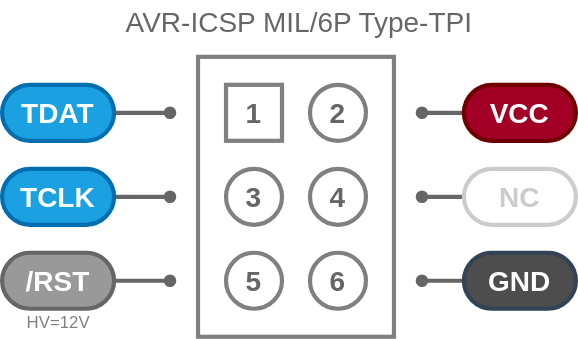
This is svg/AVR-ICSP-M6P-TPI.drawio.svg from askn37/askn37.github.io, a draw.io export, as it was before one commit. Source tidied: cells renumbered, new cells last; positions are measured from the earlier drawing's top-left corner, leaving out a move shared by most shapes. Its diagram source:
```xml
<mxGraphModel>
  <root>
    <mxCell id="0" />
    <mxCell id="1" parent="0" />
    <mxCell id="2" style="rounded=0;whiteSpace=wrap;html=1;labelBackgroundColor=#663300;fontSize=20;fontColor=#FFFFFF;strokeColor=#808080;strokeWidth=3;fillColor=none;" parent="1" vertex="1">
      <mxGeometry x="140" y="40" width="140" height="200" as="geometry" />
    </mxCell>
    <mxCell id="3" value="2" style="ellipse;whiteSpace=wrap;html=1;strokeWidth=3;strokeColor=#808080;fontSize=20;fontStyle=1;rounded=1;fontColor=#666666;fillColor=none;" parent="1" vertex="1">
      <mxGeometry x="220" y="60" width="40" height="40" as="geometry" />
    </mxCell>
    <mxCell id="4" value="1" style="whiteSpace=wrap;html=1;strokeWidth=3;strokeColor=#808080;fontStyle=1;fontSize=20;rounded=0;fontColor=#666666;fillColor=none;" parent="1" vertex="1">
      <mxGeometry x="160" y="60" width="40" height="40" as="geometry" />
    </mxCell>
    <mxCell id="5" value="3" style="ellipse;whiteSpace=wrap;html=1;strokeColor=#808080;strokeWidth=3;fontSize=20;fontStyle=1;rounded=1;fontColor=#666666;fillColor=none;" parent="1" vertex="1">
      <mxGeometry x="160" y="120" width="40" height="40" as="geometry" />
    </mxCell>
    <mxCell id="6" value="4" style="ellipse;whiteSpace=wrap;html=1;strokeColor=#808080;strokeWidth=3;fontStyle=1;fontSize=20;rounded=1;fontColor=#666666;fillColor=none;" parent="1" vertex="1">
      <mxGeometry x="220" y="120" width="40" height="40" as="geometry" />
    </mxCell>
    <mxCell id="7" value="5" style="ellipse;whiteSpace=wrap;html=1;strokeWidth=3;strokeColor=#808080;fontStyle=1;fontSize=20;rounded=1;fontColor=#666666;fillColor=none;" parent="1" vertex="1">
      <mxGeometry x="160" y="180" width="40" height="40" as="geometry" />
    </mxCell>
    <mxCell id="8" value="6" style="ellipse;whiteSpace=wrap;html=1;strokeColor=#808080;strokeWidth=3;fontStyle=1;fontSize=20;rounded=1;fontColor=#666666;fillColor=none;" parent="1" vertex="1">
      <mxGeometry x="220" y="180" width="40" height="40" as="geometry" />
    </mxCell>
    <mxCell id="9" style="edgeStyle=none;html=1;fontSize=20;fontColor=#FFFFFF;startArrow=none;startFill=0;endArrow=oval;endFill=1;strokeColor=#666666;strokeWidth=3;" parent="1" edge="1" source="10">
      <mxGeometry relative="1" as="geometry">
        <mxPoint x="300" y="80" as="targetPoint" />
      </mxGeometry>
    </mxCell>
    <mxCell id="10" value="VCC" style="rounded=1;whiteSpace=wrap;html=1;fontSize=20;strokeWidth=3;fontStyle=1;fillColor=#a20025;strokeColor=#6F0000;fontColor=#ffffff;arcSize=50;" parent="1" vertex="1">
      <mxGeometry x="330" y="60" width="80" height="40" as="geometry" />
    </mxCell>
    <mxCell id="11" style="edgeStyle=none;html=1;fontSize=20;fontColor=#FFFFFF;startArrow=none;startFill=0;endArrow=oval;endFill=1;strokeColor=#666666;strokeWidth=3;" parent="1" edge="1" source="12">
      <mxGeometry relative="1" as="geometry">
        <mxPoint x="300" y="140" as="targetPoint" />
      </mxGeometry>
    </mxCell>
    <mxCell id="12" value="NC" style="rounded=1;whiteSpace=wrap;html=1;fontSize=20;strokeWidth=3;fontStyle=1;arcSize=50;strokeColor=#CCCCCC;fontColor=#CCCCCC;fillColor=none;" parent="1" vertex="1">
      <mxGeometry x="330" y="120" width="80" height="40" as="geometry" />
    </mxCell>
    <mxCell id="13" style="edgeStyle=none;html=1;fontSize=20;fontColor=#FFFFFF;startArrow=none;startFill=0;endArrow=oval;endFill=1;strokeColor=#666666;strokeWidth=3;" parent="1" edge="1" source="14">
      <mxGeometry relative="1" as="geometry">
        <mxPoint x="300" y="200" as="targetPoint" />
      </mxGeometry>
    </mxCell>
    <mxCell id="14" value="GND" style="rounded=1;whiteSpace=wrap;html=1;fontSize=20;strokeWidth=3;fontStyle=1;fillColor=#4D4D4D;strokeColor=#314354;fontColor=#ffffff;arcSize=50;" parent="1" vertex="1">
      <mxGeometry x="330" y="180" width="80" height="40" as="geometry" />
    </mxCell>
    <mxCell id="15" style="html=1;exitX=1;exitY=0.5;exitDx=0;exitDy=0;fontSize=20;fontColor=#FFFFFF;strokeWidth=3;strokeColor=#666666;startArrow=none;startFill=0;endArrow=oval;endFill=1;" parent="1" edge="1" source="16">
      <mxGeometry relative="1" as="geometry">
        <mxPoint x="120" y="80" as="targetPoint" />
      </mxGeometry>
    </mxCell>
    <mxCell id="16" value="TDAT" style="rounded=1;whiteSpace=wrap;html=1;fontSize=20;strokeWidth=3;fontStyle=1;fillColor=#1ba1e2;strokeColor=#006EAF;fontColor=#ffffff;arcSize=50;" parent="1" vertex="1">
      <mxGeometry y="60" width="80" height="40" as="geometry" />
    </mxCell>
    <mxCell id="17" style="edgeStyle=none;html=1;exitX=1;exitY=0.5;exitDx=0;exitDy=0;fontSize=20;fontColor=#FFFFFF;startArrow=none;startFill=0;endArrow=oval;endFill=1;strokeColor=#666666;strokeWidth=3;" parent="1" edge="1" source="18">
      <mxGeometry relative="1" as="geometry">
        <mxPoint x="120" y="140" as="targetPoint" />
      </mxGeometry>
    </mxCell>
    <mxCell id="18" value="TCLK" style="rounded=1;whiteSpace=wrap;html=1;fontSize=20;strokeWidth=3;fontStyle=1;fillColor=#1ba1e2;strokeColor=#006EAF;fontColor=#ffffff;arcSize=50;" parent="1" vertex="1">
      <mxGeometry y="120" width="80" height="40" as="geometry" />
    </mxCell>
    <mxCell id="19" style="edgeStyle=none;html=1;fontSize=20;fontColor=#FFFFFF;startArrow=none;startFill=0;endArrow=oval;endFill=1;strokeColor=#666666;strokeWidth=3;" parent="1" edge="1" source="20">
      <mxGeometry relative="1" as="geometry">
        <mxPoint x="120" y="200" as="targetPoint" />
      </mxGeometry>
    </mxCell>
    <mxCell id="20" value="/RST" style="rounded=1;whiteSpace=wrap;html=1;fontSize=20;strokeWidth=3;fontStyle=1;fillColor=#999999;strokeColor=#666666;fontColor=#ffffff;arcSize=50;" parent="1" vertex="1">
      <mxGeometry y="180" width="80" height="40" as="geometry" />
    </mxCell>
    <mxCell id="21" value="AVR-ICSP MIL/6P Type-TPI" style="text;html=1;align=center;verticalAlign=middle;strokeColor=none;fillColor=none;fontSize=20;fontColor=#666666;" parent="1" vertex="1">
      <mxGeometry x="82" width="260" height="30" as="geometry" />
    </mxCell>
    <mxCell id="22" value="HV=12V" style="text;html=1;align=center;verticalAlign=middle;strokeColor=none;fillColor=none;fontColor=#808080;" parent="1" vertex="1">
      <mxGeometry x="10" y="220" width="60" height="20" as="geometry" />
    </mxCell>
  </root>
</mxGraphModel>
```
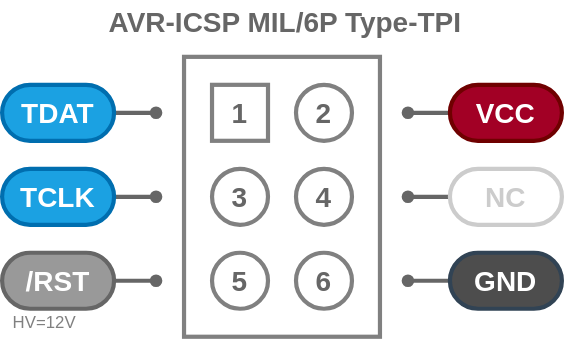
Above is the later version.

Diff of the diagram source:
```diff
@@ -53,7 +53,7 @@
       </mxGeometry>
     </mxCell>
     <mxCell id="16" value="TDAT" style="rounded=1;whiteSpace=wrap;html=1;fontSize=20;strokeWidth=3;fontStyle=1;fillColor=#1ba1e2;strokeColor=#006EAF;fontColor=#ffffff;arcSize=50;" parent="1" vertex="1">
-      <mxGeometry y="60" width="80" height="40" as="geometry" />
+      <mxGeometry x="10" y="60" width="80" height="40" as="geometry" />
     </mxCell>
     <mxCell id="17" style="edgeStyle=none;html=1;exitX=1;exitY=0.5;exitDx=0;exitDy=0;fontSize=20;fontColor=#FFFFFF;startArrow=none;startFill=0;endArrow=oval;endFill=1;strokeColor=#666666;strokeWidth=3;" parent="1" edge="1" source="18">
       <mxGeometry relative="1" as="geometry">
@@ -61,7 +61,7 @@
       </mxGeometry>
     </mxCell>
     <mxCell id="18" value="TCLK" style="rounded=1;whiteSpace=wrap;html=1;fontSize=20;strokeWidth=3;fontStyle=1;fillColor=#1ba1e2;strokeColor=#006EAF;fontColor=#ffffff;arcSize=50;" parent="1" vertex="1">
-      <mxGeometry y="120" width="80" height="40" as="geometry" />
+      <mxGeometry x="10" y="120" width="80" height="40" as="geometry" />
     </mxCell>
     <mxCell id="19" style="edgeStyle=none;html=1;fontSize=20;fontColor=#FFFFFF;startArrow=none;startFill=0;endArrow=oval;endFill=1;strokeColor=#666666;strokeWidth=3;" parent="1" edge="1" source="20">
       <mxGeometry relative="1" as="geometry">
@@ -69,10 +69,10 @@
       </mxGeometry>
     </mxCell>
     <mxCell id="20" value="/RST" style="rounded=1;whiteSpace=wrap;html=1;fontSize=20;strokeWidth=3;fontStyle=1;fillColor=#999999;strokeColor=#666666;fontColor=#ffffff;arcSize=50;" parent="1" vertex="1">
-      <mxGeometry y="180" width="80" height="40" as="geometry" />
+      <mxGeometry x="10" y="180" width="80" height="40" as="geometry" />
     </mxCell>
-    <mxCell id="21" value="AVR-ICSP MIL/6P Type-TPI" style="text;html=1;align=center;verticalAlign=middle;strokeColor=none;fillColor=none;fontSize=20;fontColor=#666666;" parent="1" vertex="1">
-      <mxGeometry x="82" width="260" height="30" as="geometry" />
+    <mxCell id="21" value="AVR-ICSP MIL/6P Type-TPI" style="text;html=1;align=center;verticalAlign=middle;strokeColor=none;fillColor=none;fontSize=20;fontColor=#666666;fontStyle=1;" parent="1" vertex="1">
+      <mxGeometry x="77" width="270" height="30" as="geometry" />
     </mxCell>
     <mxCell id="22" value="HV=12V" style="text;html=1;align=center;verticalAlign=middle;strokeColor=none;fillColor=none;fontColor=#808080;" parent="1" vertex="1">
       <mxGeometry x="10" y="220" width="60" height="20" as="geometry" />
```
